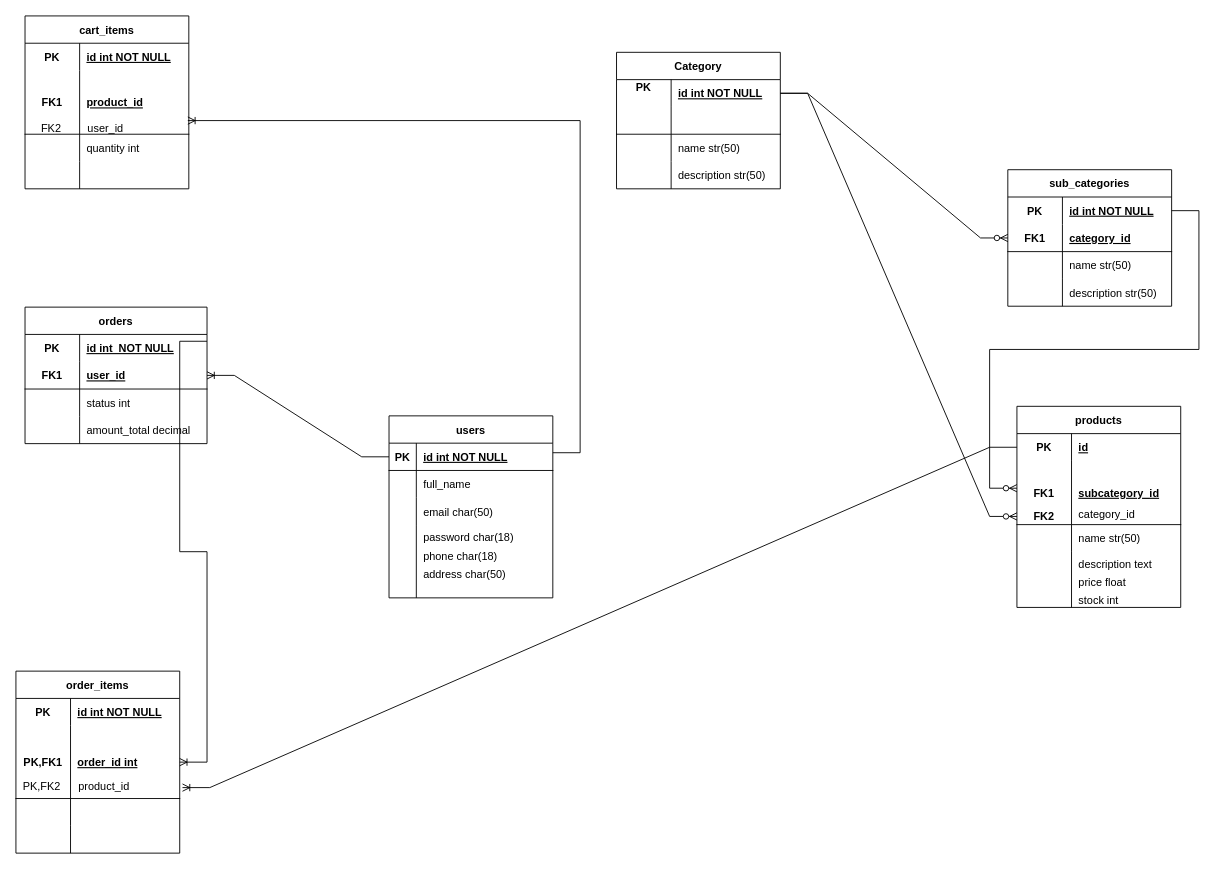
The draw.io diagram Untitled Diagram.drawio in MohammadFahad8/desertcart-front, before the edit. Source tidied: cells renumbered, new cells numbered last; positions are measured from the earlier drawing's top-left corner, leaving out a move shared by most shapes. Both pictures are drawn from the tidied source at 91%, with x=0, y=0 at pixel (15, 15).
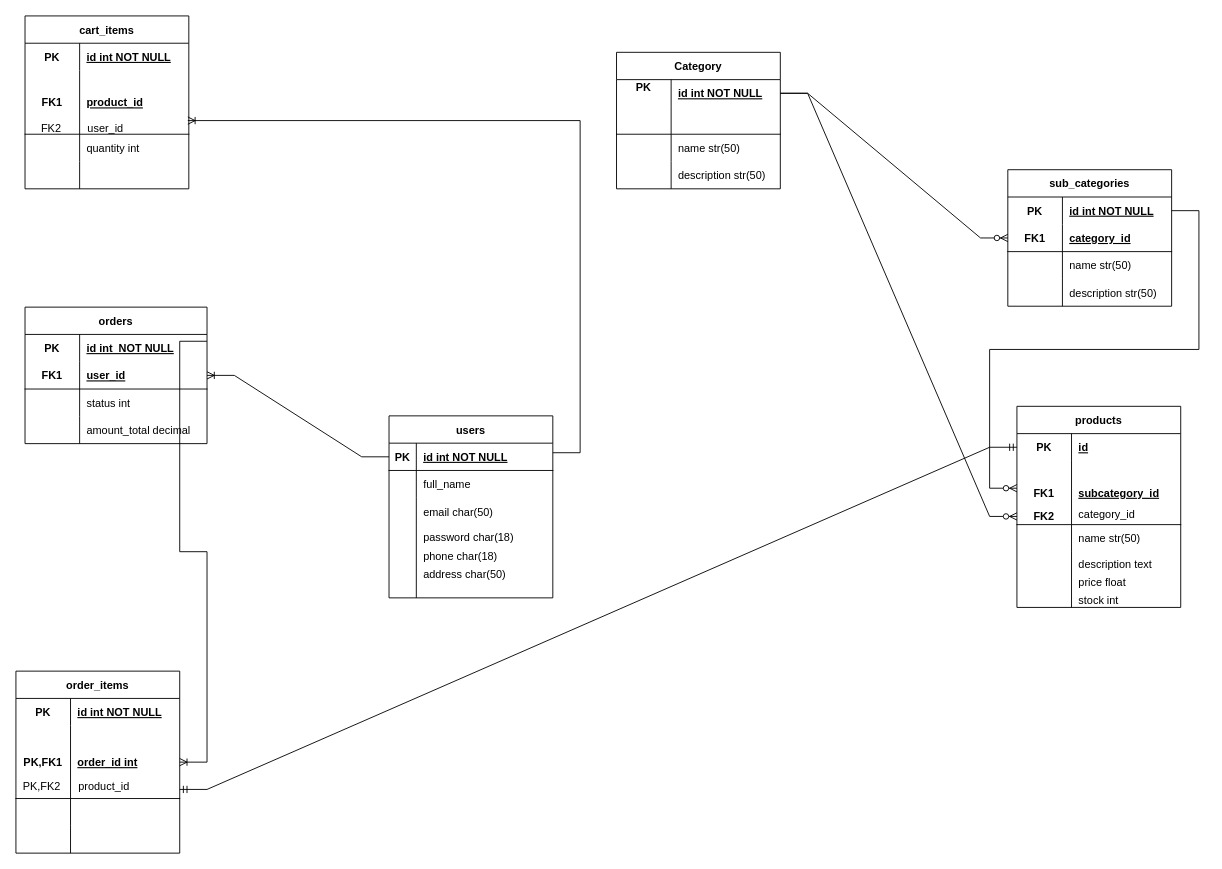
Above is the later version.

Unchanged cells that the change refers to:
```xml
<mxCell id="29" style="shape=tableRow;horizontal=0;startSize=0;swimlaneHead=0;swimlaneBody=0;fillColor=none;points=[[0,0.5],[1,0.5]];portConstraint=eastwest;top=0;left=0;right=0;bottom=0;" parent="28" vertex="1">
  <mxGeometry y="30" width="180" height="30" as="geometry" />
</mxCell>
<mxCell id="92" style="shape=tableRow;horizontal=0;startSize=0;swimlaneHead=0;swimlaneBody=0;fillColor=none;points=[[0,0.5],[1,0.5]];portConstraint=eastwest;top=0;left=0;right=0;bottom=1;" parent="88" vertex="1">
  <mxGeometry y="60" width="180" height="80" as="geometry" />
</mxCell>
```

Diff of the diagram source:
```diff
@@
-    <mxCell id="106" style="edgeStyle=entityRelationEdgeStyle;fontSize=12;html=1;endArrow=ERoneToMany;rounded=0;exitX=0;exitY=0.5;exitDx=0;exitDy=0;entryX=1.017;entryY=0.85;entryDx=0;entryDy=0;entryPerimeter=0;" parent="1" edge="1" source="29" target="92">
-      <mxGeometry relative="1" as="geometry" />
-    </mxCell>
@@
+    <mxCell id="110" style="edgeStyle=entityRelationEdgeStyle;fontSize=12;html=1;endArrow=ERmandOne;startArrow=ERmandOne;rounded=0;" parent="1" edge="1" target="29">
+      <mxGeometry relative="1" as="geometry">
+        <mxPoint x="180" y="850" as="sourcePoint" />
+      </mxGeometry>
+    </mxCell>
```
